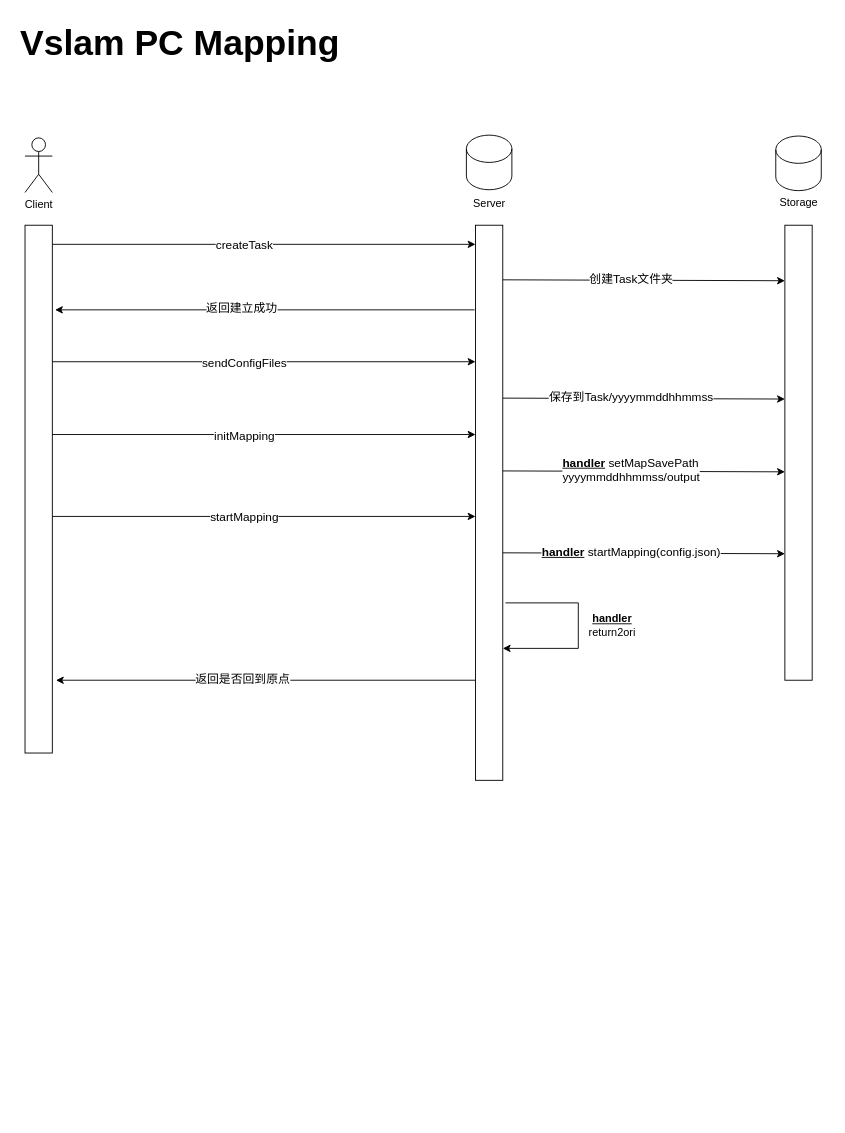
Before: page "pc建图简易时序图" (2 of 3) of pcMappingInterface.drawio in Jev0987/drawioFile, a draw.io diagram. Source tidied: cells renumbered, new cells numbered last; positions are measured from the earlier drawing's top-left corner, leaving out a move shared by most shapes. Both pictures are drawn from the tidied source at 91%, with x=0, y=0 at pixel (15, 15).
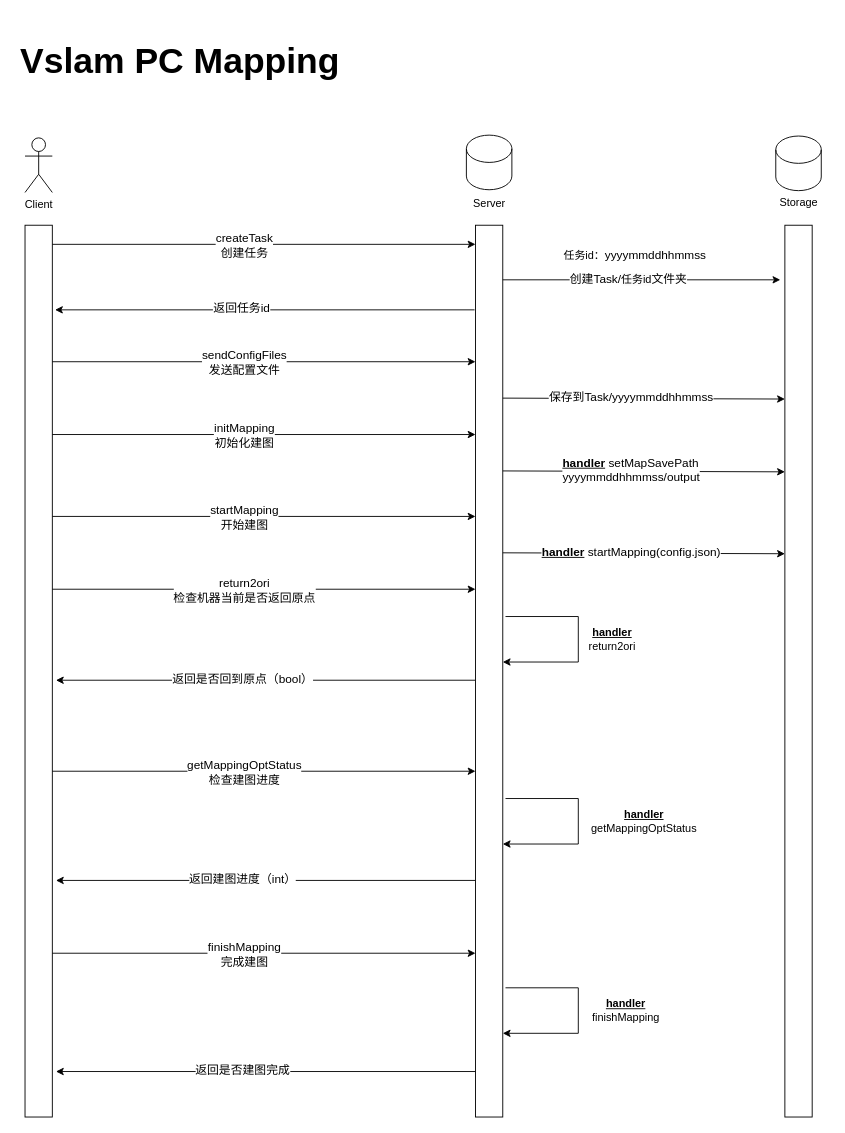
The same diagram, later.

The change refers to these unchanged cells:
```xml
<mxCell id="7" style="endArrow=classic;html=1;rounded=0;exitX=1;exitY=0;exitDx=0;exitDy=0;entryX=0;entryY=0;entryDx=0;entryDy=0;" parent="1" edge="1">
  <mxGeometry relative="1" as="geometry">
    <mxPoint x="40" y="251" as="sourcePoint" />
    <mxPoint x="505" y="251" as="targetPoint" />
  </mxGeometry>
</mxCell>
<mxCell id="14" style="endArrow=classic;html=1;rounded=0;" parent="1" edge="1">
  <mxGeometry relative="1" as="geometry">
    <mxPoint x="504" y="323" as="sourcePoint" />
    <mxPoint x="43" y="323" as="targetPoint" />
  </mxGeometry>
</mxCell>
<mxCell id="16" style="endArrow=classic;html=1;rounded=0;exitX=1;exitY=0;exitDx=0;exitDy=0;entryX=0;entryY=0;entryDx=0;entryDy=0;" parent="1" edge="1">
  <mxGeometry relative="1" as="geometry">
    <mxPoint x="40" y="380" as="sourcePoint" />
    <mxPoint x="505" y="380" as="targetPoint" />
  </mxGeometry>
</mxCell>
<mxCell id="20" style="endArrow=classic;html=1;rounded=0;exitX=1;exitY=0;exitDx=0;exitDy=0;entryX=0;entryY=0;entryDx=0;entryDy=0;" parent="1" edge="1">
  <mxGeometry relative="1" as="geometry">
    <mxPoint x="40" y="460" as="sourcePoint" />
    <mxPoint x="505" y="460" as="targetPoint" />
  </mxGeometry>
</mxCell>
<mxCell id="23" style="endArrow=classic;html=1;rounded=0;exitX=1;exitY=0;exitDx=0;exitDy=0;entryX=0;entryY=0;entryDx=0;entryDy=0;" parent="1" edge="1">
  <mxGeometry relative="1" as="geometry">
    <mxPoint x="40" y="550" as="sourcePoint" />
    <mxPoint x="505" y="550" as="targetPoint" />
  </mxGeometry>
</mxCell>
<mxCell id="31" style="endArrow=classic;html=1;rounded=0;" parent="1" edge="1">
  <mxGeometry relative="1" as="geometry">
    <mxPoint x="505" y="730" as="sourcePoint" />
    <mxPoint x="44" y="730" as="targetPoint" />
  </mxGeometry>
</mxCell>
```

Change to the diagram source:
```diff
@@
     <mxCell id="5" style="rounded=0;whiteSpace=wrap;html=1;" parent="1" vertex="1">
-      <mxGeometry x="10" y="230" width="30" height="580" as="geometry" />
+      <mxGeometry x="10" y="230" width="30" height="980" as="geometry" />
     </mxCell>
     <mxCell id="6" style="rounded=0;whiteSpace=wrap;html=1;" parent="1" vertex="1">
-      <mxGeometry x="505" y="230" width="30" height="610" as="geometry" />
+      <mxGeometry x="505" y="230" width="30" height="980" as="geometry" />
     </mxCell>
@@
-    <mxCell id="8" value="createTask" style="edgeLabel;html=1;align=center;verticalAlign=middle;fontSize=13;" parent="7" vertex="1">
+    <mxCell id="8" value="createTask&lt;br&gt;创建任务" style="edgeLabel;html=1;align=center;verticalAlign=middle;fontSize=13;" parent="7" vertex="1">
       <mxGeometry x="0.18" y="-4" relative="1" as="geometry">
         <mxPoint x="-64" y="-4" as="offset" />
       </mxGeometry>
     </mxCell>
@@
     <mxCell id="11" style="rounded=0;whiteSpace=wrap;html=1;" parent="1" vertex="1">
-      <mxGeometry x="845" y="230" width="30" height="500" as="geometry" />
+      <mxGeometry x="845" y="230" width="30" height="980" as="geometry" />
     </mxCell>
-    <mxCell id="12" style="endArrow=classic;html=1;rounded=0;exitX=1;exitY=0;exitDx=0;exitDy=0;entryX=0;entryY=0.122;entryDx=0;entryDy=0;entryPerimeter=0;" parent="1" edge="1" target="11">
+    <mxCell id="12" style="endArrow=classic;html=1;rounded=0;exitX=1;exitY=0;exitDx=0;exitDy=0;" parent="1" edge="1">
       <mxGeometry relative="1" as="geometry">
         <mxPoint x="535" y="290" as="sourcePoint" />
+        <mxPoint x="840" y="290" as="targetPoint" />
       </mxGeometry>
     </mxCell>
-    <mxCell id="13" value="创建Task文件夹" style="edgeLabel;html=1;align=center;verticalAlign=middle;fontSize=13;" parent="12" vertex="1">
+    <mxCell id="13" value="创建&lt;span style=&quot;text-align: start;&quot;&gt;Task/&lt;/span&gt;&lt;span style=&quot;font-size: 12px; background-color: rgb(251, 251, 251);&quot;&gt;任务id&lt;/span&gt;文件夹" style="edgeLabel;html=1;align=center;verticalAlign=middle;fontSize=13;" parent="12" vertex="1">
       <mxGeometry x="-0.1" y="2" relative="1" as="geometry" />
     </mxCell>
@@
-    <mxCell id="15" value="返回建立成功" style="edgeLabel;html=1;align=center;verticalAlign=middle;fontSize=13;" parent="14" vertex="1">
+    <mxCell id="15" value="返回任务id" style="edgeLabel;html=1;align=center;verticalAlign=middle;fontSize=13;" parent="14" vertex="1">
       <mxGeometry x="0.18" y="-4" relative="1" as="geometry">
         <mxPoint x="15" y="1" as="offset" />
       </mxGeometry>
     </mxCell>
@@
-    <mxCell id="17" value="sendConfigFiles" style="edgeLabel;html=1;align=center;verticalAlign=middle;fontSize=13;" parent="16" vertex="1">
+    <mxCell id="17" value="sendConfigFiles&lt;br&gt;发送配置文件" style="edgeLabel;html=1;align=center;verticalAlign=middle;fontSize=13;" parent="16" vertex="1">
       <mxGeometry x="0.18" y="-4" relative="1" as="geometry">
         <mxPoint x="-64" y="-4" as="offset" />
       </mxGeometry>
     </mxCell>
@@
-    <mxCell id="21" value="initMapping" style="edgeLabel;html=1;align=center;verticalAlign=middle;fontSize=13;" parent="20" vertex="1">
+    <mxCell id="21" value="initMapping&lt;br&gt;初始化建图" style="edgeLabel;html=1;align=center;verticalAlign=middle;fontSize=13;" parent="20" vertex="1">
       <mxGeometry x="0.18" y="-4" relative="1" as="geometry">
         <mxPoint x="-64" y="-4" as="offset" />
       </mxGeometry>
     </mxCell>
     <mxCell id="22" value="Vslam PC Mapping" style="text;html=1;align=center;verticalAlign=middle;strokeColor=none;fillColor=none;fontSize=39;fontStyle=1;" parent="1" vertex="1">
-      <mxGeometry width="360" height="60" as="geometry" />
+      <mxGeometry y="20" width="360" height="60" as="geometry" />
     </mxCell>
@@
-    <mxCell id="24" value="startMapping" style="edgeLabel;html=1;align=center;verticalAlign=middle;fontSize=13;" parent="23" vertex="1">
+    <mxCell id="24" value="startMapping&lt;br&gt;开始建图" style="edgeLabel;html=1;align=center;verticalAlign=middle;fontSize=13;" parent="23" vertex="1">
       <mxGeometry x="0.18" y="-4" relative="1" as="geometry">
         <mxPoint x="-64" y="-4" as="offset" />
       </mxGeometry>
     </mxCell>
     <mxCell id="25" style="endArrow=classic;html=1;rounded=0;" parent="1" edge="1">
       <mxGeometry relative="1" as="geometry">
-        <mxPoint x="538" y="645" as="sourcePoint" />
-        <mxPoint x="535" y="695" as="targetPoint" />
+        <mxPoint x="538" y="660" as="sourcePoint" />
+        <mxPoint x="535" y="710" as="targetPoint" />
         <Array as="points">
-          <mxPoint x="618" y="645" />
-          <mxPoint x="618" y="695" />
+          <mxPoint x="618" y="660" />
+          <mxPoint x="618" y="710" />
         </Array>
       </mxGeometry>
     </mxCell>
     <mxCell id="26" value="&lt;b&gt;&lt;u&gt;handler &lt;/u&gt;&lt;/b&gt;&lt;br&gt;return2ori" style="text;html=1;align=center;verticalAlign=middle;strokeColor=none;fillColor=none;" parent="1" vertex="1">
-      <mxGeometry x="620" y="650" width="70" height="40" as="geometry" />
+      <mxGeometry x="620" y="665" width="70" height="40" as="geometry" />
     </mxCell>
@@
-    <mxCell id="32" value="返回是否回到原点" style="edgeLabel;html=1;align=center;verticalAlign=middle;fontSize=13;" parent="31" vertex="1">
+    <mxCell id="32" value="返回是否回到原点（bool）" style="edgeLabel;html=1;align=center;verticalAlign=middle;fontSize=13;" parent="31" vertex="1">
       <mxGeometry x="0.18" y="-4" relative="1" as="geometry">
         <mxPoint x="15" y="1" as="offset" />
       </mxGeometry>
     </mxCell>
+    <mxCell id="33" style="endArrow=classic;html=1;rounded=0;exitX=1;exitY=0;exitDx=0;exitDy=0;entryX=0;entryY=0;entryDx=0;entryDy=0;" parent="1" edge="1">
+      <mxGeometry relative="1" as="geometry">
+        <mxPoint x="40" y="630" as="sourcePoint" />
+        <mxPoint x="505" y="630" as="targetPoint" />
+      </mxGeometry>
+    </mxCell>
+    <mxCell id="34" value="return2ori&lt;br&gt;检查机器当前是否返回原点" style="edgeLabel;html=1;align=center;verticalAlign=middle;fontSize=13;" parent="33" vertex="1">
+      <mxGeometry x="0.18" y="-4" relative="1" as="geometry">
+        <mxPoint x="-64" y="-4" as="offset" />
+      </mxGeometry>
+    </mxCell>
+    <mxCell id="35" style="endArrow=classic;html=1;rounded=0;exitX=1;exitY=0;exitDx=0;exitDy=0;entryX=0;entryY=0;entryDx=0;entryDy=0;" parent="1" edge="1">
+      <mxGeometry relative="1" as="geometry">
+        <mxPoint x="40" y="1030" as="sourcePoint" />
+        <mxPoint x="505" y="1030" as="targetPoint" />
+      </mxGeometry>
+    </mxCell>
+    <mxCell id="36" value="finishMapping&lt;br&gt;完成建图" style="edgeLabel;html=1;align=center;verticalAlign=middle;fontSize=13;" parent="35" vertex="1">
+      <mxGeometry x="0.18" y="-4" relative="1" as="geometry">
+        <mxPoint x="-64" y="-4" as="offset" />
+      </mxGeometry>
+    </mxCell>
+    <mxCell id="37" style="endArrow=classic;html=1;rounded=0;" parent="1" edge="1">
+      <mxGeometry relative="1" as="geometry">
+        <mxPoint x="538" y="1068" as="sourcePoint" />
+        <mxPoint x="535" y="1118" as="targetPoint" />
+        <Array as="points">
+          <mxPoint x="618" y="1068" />
+          <mxPoint x="618" y="1118" />
+        </Array>
+      </mxGeometry>
+    </mxCell>
+    <mxCell id="38" value="&lt;b&gt;&lt;u&gt;handler&lt;/u&gt;&lt;/b&gt;&lt;br&gt;finishMapping" style="text;html=1;align=center;verticalAlign=middle;strokeColor=none;fillColor=none;" parent="1" vertex="1">
+      <mxGeometry x="620" y="1073" width="100" height="40" as="geometry" />
+    </mxCell>
+    <mxCell id="39" style="endArrow=classic;html=1;rounded=0;" parent="1" edge="1">
+      <mxGeometry relative="1" as="geometry">
+        <mxPoint x="505" y="1160" as="sourcePoint" />
+        <mxPoint x="44" y="1160" as="targetPoint" />
+      </mxGeometry>
+    </mxCell>
+    <mxCell id="40" value="返回是否建图完成" style="edgeLabel;html=1;align=center;verticalAlign=middle;fontSize=13;" parent="39" vertex="1">
+      <mxGeometry x="0.18" y="-4" relative="1" as="geometry">
+        <mxPoint x="15" y="1" as="offset" />
+      </mxGeometry>
+    </mxCell>
+    <mxCell id="41" style="endArrow=classic;html=1;rounded=0;exitX=1;exitY=0;exitDx=0;exitDy=0;entryX=0;entryY=0;entryDx=0;entryDy=0;" parent="1" edge="1">
+      <mxGeometry relative="1" as="geometry">
+        <mxPoint x="40" y="830" as="sourcePoint" />
+        <mxPoint x="505" y="830" as="targetPoint" />
+      </mxGeometry>
+    </mxCell>
+    <mxCell id="42" value="getMappingOptStatus&lt;br&gt;检查建图进度" style="edgeLabel;html=1;align=center;verticalAlign=middle;fontSize=13;" parent="41" vertex="1">
+      <mxGeometry x="0.18" y="-4" relative="1" as="geometry">
+        <mxPoint x="-64" y="-4" as="offset" />
+      </mxGeometry>
+    </mxCell>
+    <mxCell id="43" style="endArrow=classic;html=1;rounded=0;" parent="1" edge="1">
+      <mxGeometry relative="1" as="geometry">
+        <mxPoint x="538" y="860" as="sourcePoint" />
+        <mxPoint x="535" y="910" as="targetPoint" />
+        <Array as="points">
+          <mxPoint x="618" y="860" />
+          <mxPoint x="618" y="910" />
+        </Array>
+      </mxGeometry>
+    </mxCell>
+    <mxCell id="44" value="&lt;b&gt;&lt;u&gt;handler &lt;/u&gt;&lt;/b&gt;&lt;br&gt;getMappingOptStatus" style="text;html=1;align=center;verticalAlign=middle;strokeColor=none;fillColor=none;" parent="1" vertex="1">
+      <mxGeometry x="620" y="865" width="140" height="40" as="geometry" />
+    </mxCell>
+    <mxCell id="45" style="endArrow=classic;html=1;rounded=0;" parent="1" edge="1">
+      <mxGeometry relative="1" as="geometry">
+        <mxPoint x="505" y="950" as="sourcePoint" />
+        <mxPoint x="44" y="950" as="targetPoint" />
+      </mxGeometry>
+    </mxCell>
+    <mxCell id="46" value="返回建图进度（int）" style="edgeLabel;html=1;align=center;verticalAlign=middle;fontSize=13;" parent="45" vertex="1">
+      <mxGeometry x="0.18" y="-4" relative="1" as="geometry">
+        <mxPoint x="15" y="1" as="offset" />
+      </mxGeometry>
+    </mxCell>
+    <mxCell id="47" value="任务id：&lt;span style=&quot;font-size: 13px; text-align: start; background-color: rgb(255, 255, 255);&quot;&gt;yyyymmddhhmmss&lt;/span&gt;" style="text;html=1;align=center;verticalAlign=middle;strokeColor=none;fillColor=none;" parent="1" vertex="1">
+      <mxGeometry x="590" y="248" width="180" height="30" as="geometry" />
+    </mxCell>
```
